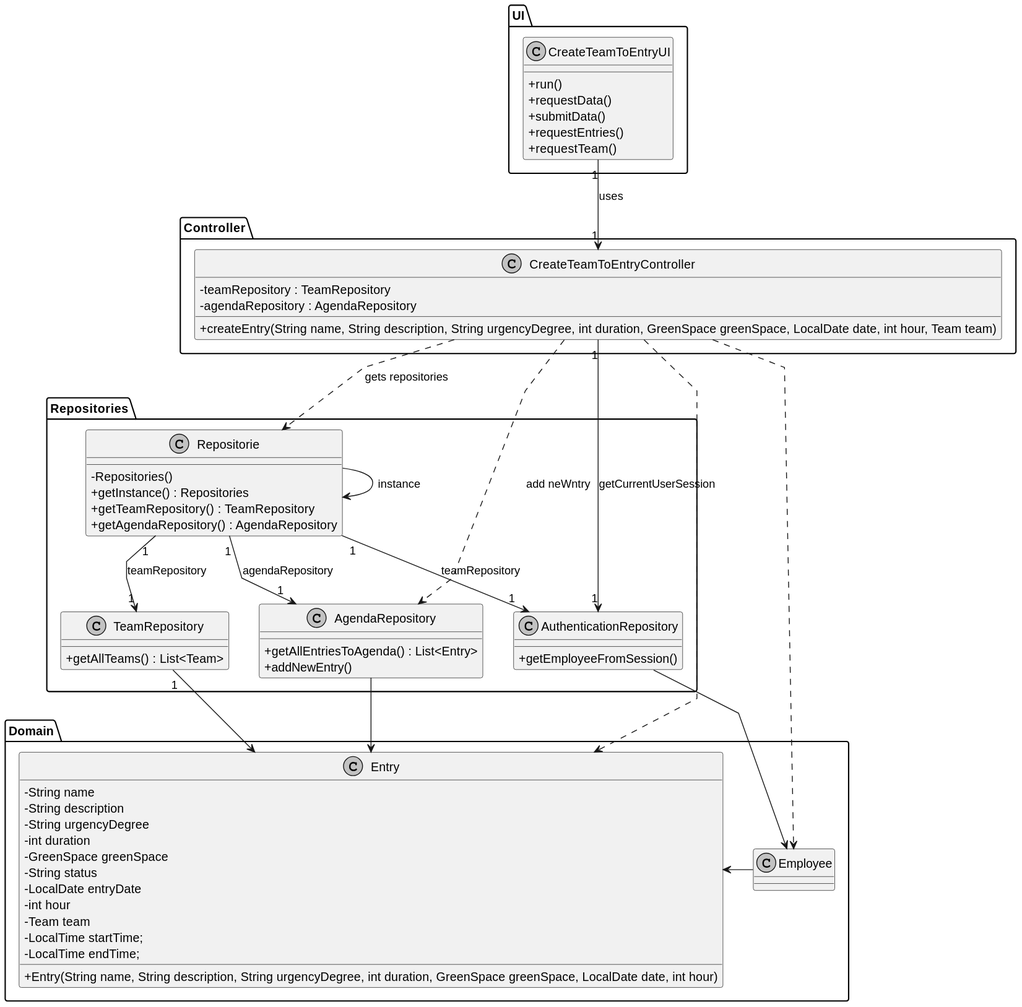
The PlantUML diagram docs/sprintC/us23/03.design/svg/us23-class-diagram.svg in Paulo-Pereira-at-ISEP/lei-24-s2-1nanb-g321, before a commit.
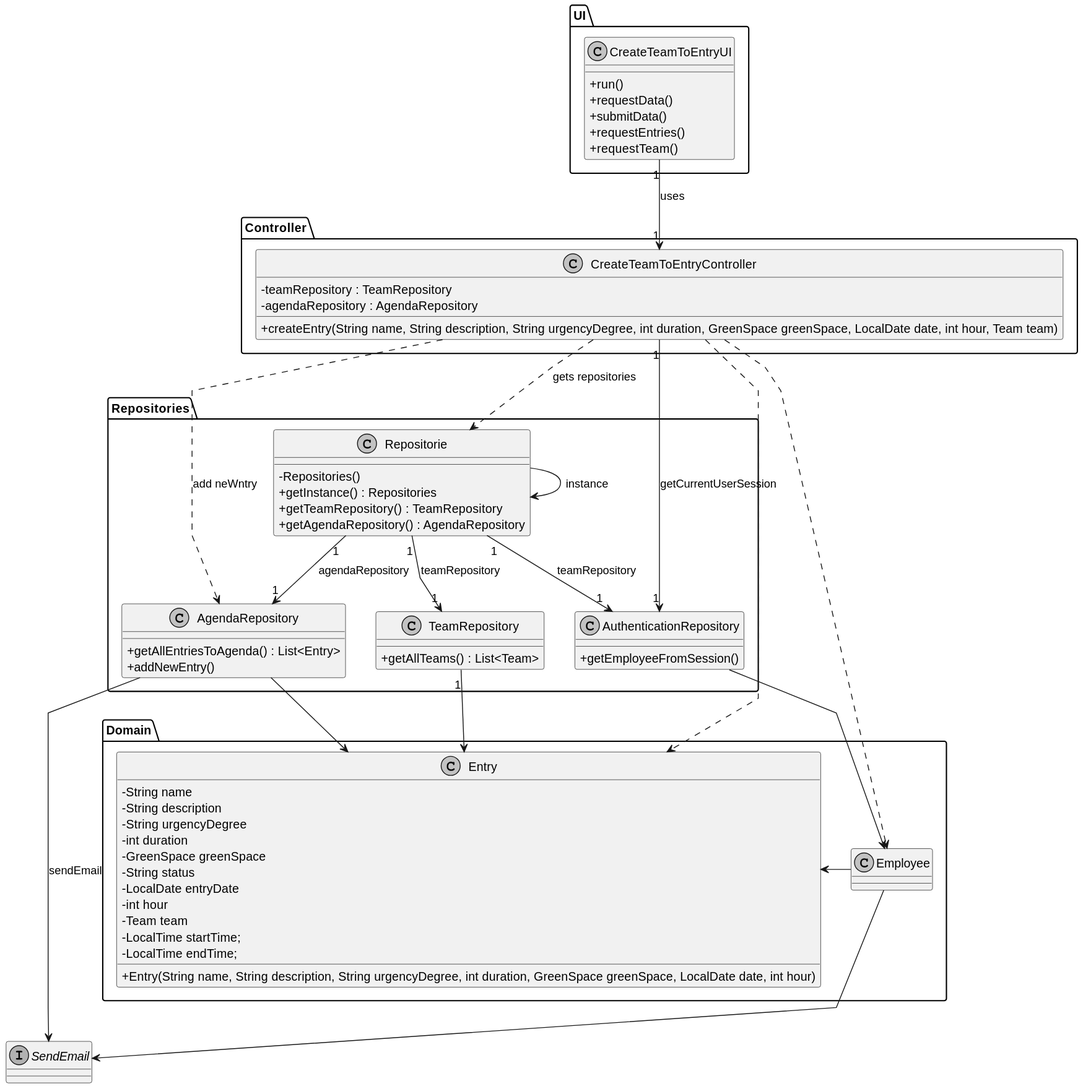
After the commit.

What changed in the source:
```diff
@@ -22,6 +22,8 @@
     }
 }
 
+interface SendEmail {
+}
 
 Package Domain <<Folder>>{
 class Entry {
@@ -82,6 +84,8 @@
 Repositorie "1" --> "1" AgendaRepository : agendaRepository
 Repositorie "1" --> "1" AuthenticationRepository : teamRepository
 TeamRepository "1" --> Entry
+Employee --> SendEmail
+AgendaRepository --> SendEmail : sendEmail
 
 
 CreateTeamToEntryController ..> Entry
```
